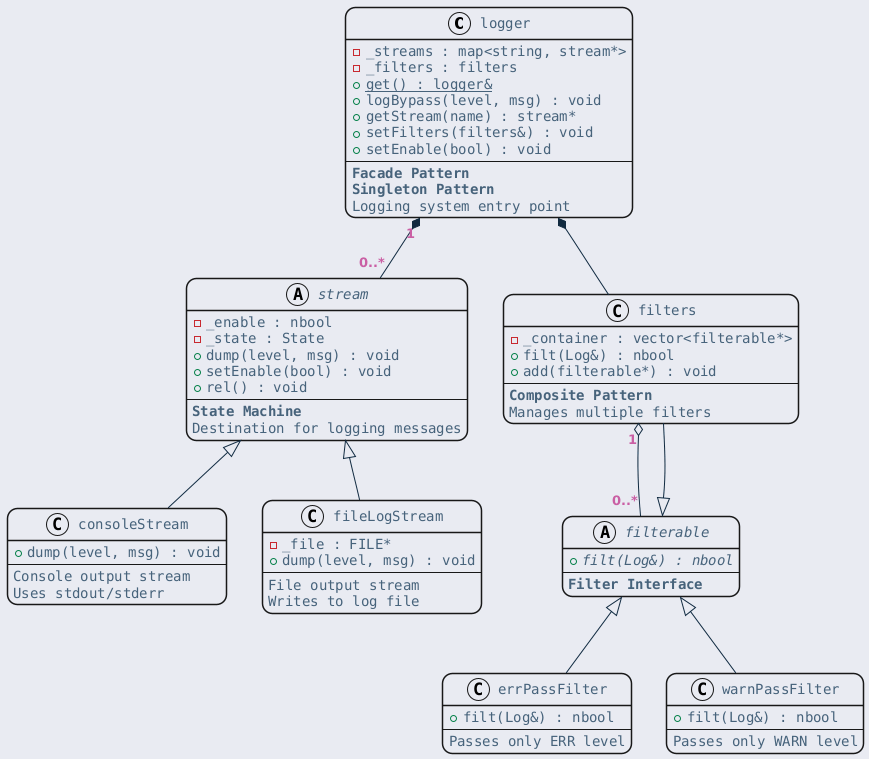
The PlantUML diagram ref/generated/ko/inline_umlgraph_4.png in byeolang/website, before a commit.
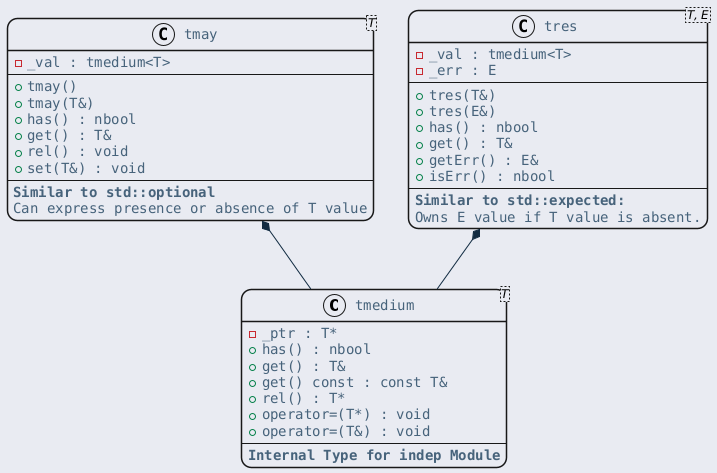
The same diagram one commit later.

Diff of the diagram source:
```diff
@@ -23,82 +23,47 @@
     }
 }
 </style>
-class logger {
-    - _streams : map<string, stream*>
-    - _filters : filters
-    + {static} get() : logger&
-    + logBypass(level, msg) : void
-    + getStream(name) : stream*
-    + setFilters(filters&) : void
-    + setEnable(bool) : void
+class "tmedium<T>" as tmedium {
+    - _ptr : T*
+    + has() : nbool
+    + get() : T&
+    + get() const : const T&
+    + rel() : T*
+    + operator=(T*) : void
+    + operator=(T&) : void
     --
-    <b>Facade Pattern</b>
-    <b>Singleton Pattern</b>
-    Logging system entry point
+    <b>Internal Type for indep Module</b>
 }
 
-abstract class stream {
-    - _enable : nbool
-    - _state : State
-    + dump(level, msg) : void
-    + setEnable(bool) : void
+class "tmay<T>" as tmay {
+    - _val : tmedium<T>
+    --
+    + tmay()
+    + tmay(T&)
+    + has() : nbool
+    + get() : T&
     + rel() : void
+    + set(T&) : void
     --
-    <b>State Machine</b>
-    Destination for logging messages
+    <b>Similar to std::optional</b>
+    Can express presence or absence of T value
 }
 
-class consoleStream {
-    + dump(level, msg) : void
+class "tres<T, E>" as tres {
+    - _val : tmedium<T>
+    - _err : E
     --
-    Console output stream
-    Uses stdout/stderr
+    + tres(T&)
+    + tres(E&)
+    + has() : nbool
+    + get() : T&
+    + getErr() : E&
+    + isErr() : nbool
+    --
+    <b>Similar to std::expected:</b>
+    Owns E value if T value is absent.
 }
 
-class fileLogStream {
-    - _file : FILE*
-    + dump(level, msg) : void
-    --
-    File output stream
-    Writes to log file
-}
-
-abstract class filterable {
-    + {abstract} filt(Log&) : nbool
-    --
-    <b>Filter Interface</b>
-}
-
-class filters {
-    - _container : vector<filterable*>
-    + filt(Log&) : nbool
-    + add(filterable*) : void
-    --
-    <b>Composite Pattern</b>
-    Manages multiple filters
-}
-
-class errPassFilter {
-    + filt(Log&) : nbool
-    --
-    Passes only ERR level
-}
-
-class warnPassFilter {
-    + filt(Log&) : nbool
-    --
-    Passes only WARN level
-}
-
-logger "1" *-- "0..*" stream
-logger *-- filters
-
-stream <|-- consoleStream
-stream <|-- fileLogStream
-
-filterable <|-- filters
-filterable <|-- errPassFilter
-filterable <|-- warnPassFilter
-
-filters "1" o-- "0..*" filterable
+tmay *-- tmedium
+tres *-- tmedium
 @enduml
```
